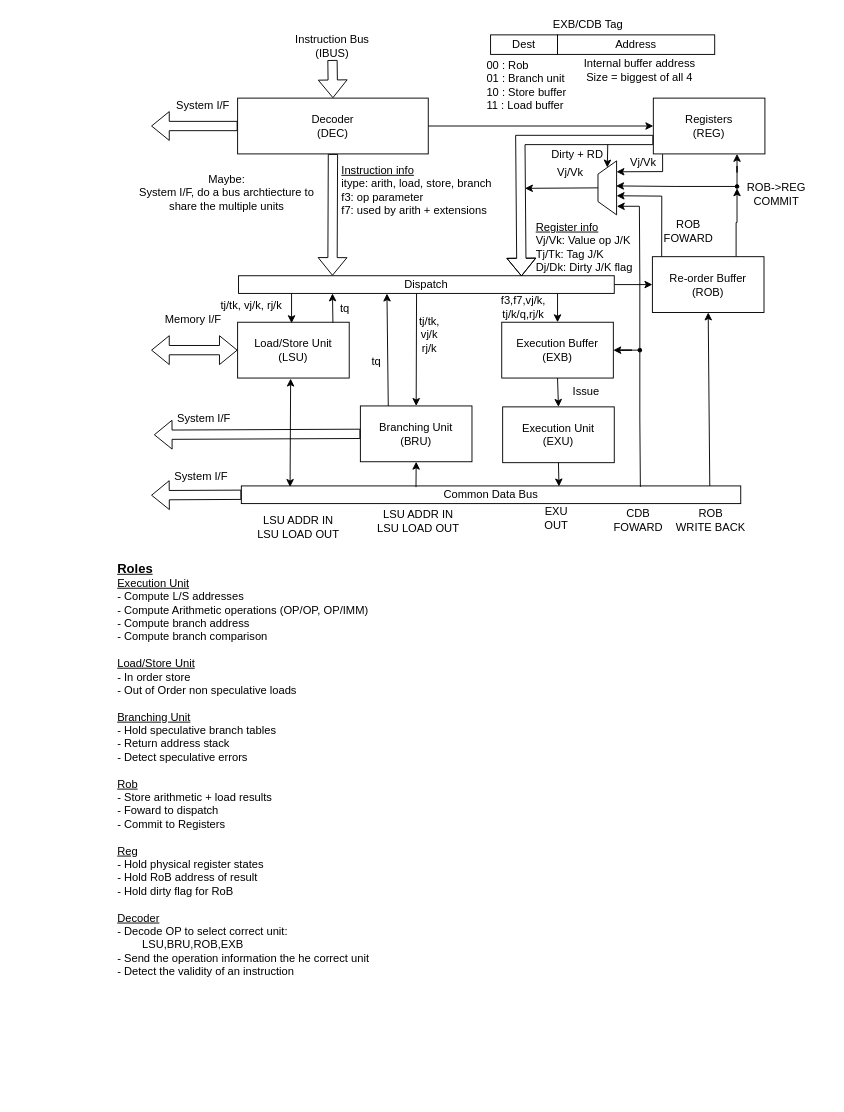
Above: hw/doc/rv_top.drawio in lolo2438/rv (draw.io), before the change. Source tidied: cells renumbered, new cells numbered last; positions are measured from the earlier drawing's top-left corner, leaving out a move shared by most shapes. Both pictures are drawn from the tidied source at 93%, with x=0, y=0 at pixel (115, 16).
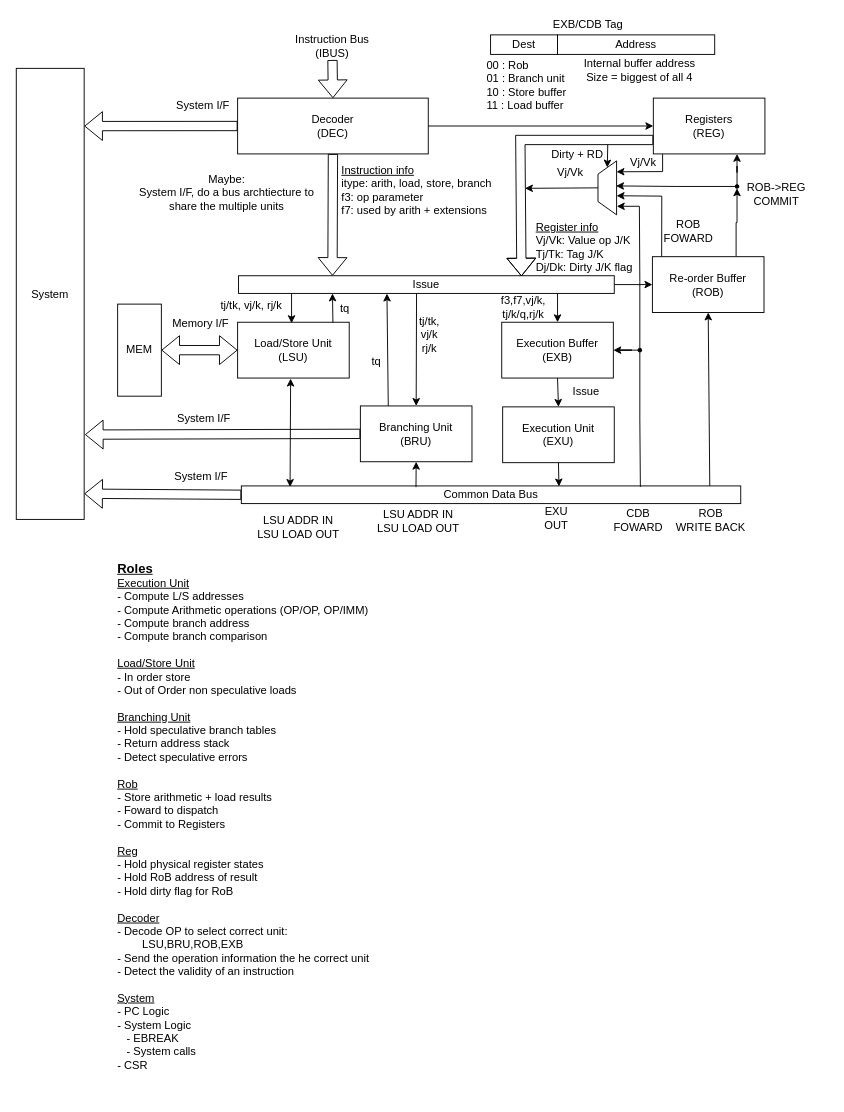
After the change.

Unchanged cells that the change refers to:
```xml
<mxCell id="2" value="Decoder&lt;div&gt;(DEC)&lt;/div&gt;" style="rounded=0;whiteSpace=wrap;html=1;" parent="1" vertex="1">
  <mxGeometry x="131" y="88" width="205" height="60" as="geometry" />
</mxCell>
<mxCell id="3" value="Load/Store Unit&lt;div&gt;(LSU)&lt;/div&gt;" style="rounded=0;whiteSpace=wrap;html=1;" parent="1" vertex="1">
  <mxGeometry x="131" y="329" width="120" height="60" as="geometry" />
</mxCell>
<mxCell id="6" value="Branching Unit&lt;div&gt;(BRU)&lt;/div&gt;" style="rounded=0;whiteSpace=wrap;html=1;" parent="1" vertex="1">
  <mxGeometry x="263" y="419" width="120" height="60" as="geometry" />
</mxCell>
<mxCell id="15" value="Common Data Bus" style="rounded=0;whiteSpace=wrap;html=1;" parent="1" vertex="1">
  <mxGeometry x="135" y="505" width="537" height="19" as="geometry" />
</mxCell>
```

Diff of the diagram source:
```diff
@@
-    <mxCell id="23" value="Dispatch" style="rounded=0;whiteSpace=wrap;html=1;" parent="1" vertex="1">
+    <mxCell id="23" value="Issue" style="rounded=0;whiteSpace=wrap;html=1;" parent="1" vertex="1">
       <mxGeometry x="132" y="279" width="404" height="19" as="geometry" />
     </mxCell>
@@
-    <mxCell id="43" style="shape=flexArrow;endArrow=classic;startArrow=classic;html=1;rounded=0;entryX=0;entryY=0.5;entryDx=0;entryDy=0;" parent="1" edge="1" target="3">
-      <mxGeometry relative="1" as="geometry">
-        <mxPoint x="38" y="359" as="sourcePoint" />
-      </mxGeometry>
+    <mxCell id="43" style="shape=flexArrow;endArrow=classic;startArrow=classic;html=1;rounded=0;entryX=0;entryY=0.5;entryDx=0;entryDy=0;exitX=1;exitY=0.5;exitDx=0;exitDy=0;" parent="1" edge="1" source="74" target="3">
+      <mxGeometry relative="1" as="geometry" />
     </mxCell>
     <mxCell id="44" value="Memory I/F" style="text;html=1;align=center;verticalAlign=middle;whiteSpace=wrap;rounded=0;" parent="1" vertex="1">
-      <mxGeometry x="49" y="311" width="69" height="30" as="geometry" />
+      <mxGeometry x="57" y="316" width="69" height="30" as="geometry" />
     </mxCell>
-    <mxCell id="45" style="shape=flexArrow;endArrow=classic;html=1;rounded=0;exitX=0;exitY=0.5;exitDx=0;exitDy=0;" parent="1" edge="1" source="6">
-      <mxGeometry relative="1" as="geometry">
-        <mxPoint x="41" y="450" as="targetPoint" />
-      </mxGeometry>
+    <mxCell id="45" style="shape=flexArrow;endArrow=classic;html=1;rounded=0;exitX=0;exitY=0.5;exitDx=0;exitDy=0;entryX=1.012;entryY=0.812;entryDx=0;entryDy=0;entryPerimeter=0;" parent="1" edge="1" source="6" target="73">
+      <mxGeometry relative="1" as="geometry" />
     </mxCell>
@@
-    <mxCell id="55" style="shape=flexArrow;endArrow=classic;html=1;rounded=0;exitX=0;exitY=0.5;exitDx=0;exitDy=0;" parent="1" edge="1" source="2">
-      <mxGeometry relative="1" as="geometry">
-        <mxPoint x="38" y="118" as="targetPoint" />
-      </mxGeometry>
+    <mxCell id="55" style="shape=flexArrow;endArrow=classic;html=1;rounded=0;exitX=0;exitY=0.5;exitDx=0;exitDy=0;entryX=1.002;entryY=0.128;entryDx=0;entryDy=0;entryPerimeter=0;" parent="1" edge="1" source="2" target="73">
+      <mxGeometry relative="1" as="geometry" />
     </mxCell>
@@
-    <mxCell id="57" value="&lt;div&gt;&lt;b&gt;&lt;font style=&quot;font-size: 14px;&quot;&gt;&lt;u&gt;Roles&lt;/u&gt;&lt;/font&gt;&lt;/b&gt;&lt;/div&gt;&lt;u&gt;Execution Unit&lt;/u&gt;&lt;div&gt;- Compute L/S addresses&lt;/div&gt;&lt;div&gt;- Compute Arithmetic operations (OP/OP, OP/IMM)&lt;/div&gt;&lt;div&gt;- Compute branch address&lt;/div&gt;&lt;div&gt;- Compute branch comparison&lt;/div&gt;&lt;div&gt;&lt;br&gt;&lt;/div&gt;&lt;div&gt;&lt;u&gt;Load/Store Unit&lt;/u&gt;&lt;/div&gt;&lt;div&gt;- In order store&lt;/div&gt;&lt;div&gt;- Out of Order non speculative loads&lt;/div&gt;&lt;div&gt;&lt;br&gt;&lt;/div&gt;&lt;div&gt;&lt;u&gt;Branching Unit&lt;/u&gt;&lt;/div&gt;&lt;div&gt;- Hold speculative branch tables&lt;/div&gt;&lt;div&gt;- Return address stack&lt;/div&gt;&lt;div&gt;- Detect speculative errors&lt;/div&gt;&lt;div&gt;&lt;br&gt;&lt;/div&gt;&lt;div&gt;&lt;u&gt;Rob&lt;/u&gt;&lt;/div&gt;&lt;div&gt;- Store arithmetic + load results&lt;/div&gt;&lt;div&gt;- Foward to dispatch&lt;/div&gt;&lt;div&gt;- Commit to Registers&lt;/div&gt;&lt;div&gt;&lt;br&gt;&lt;/div&gt;&lt;div&gt;&lt;u&gt;Reg&lt;/u&gt;&lt;/div&gt;&lt;div&gt;- Hold physical register states&lt;/div&gt;&lt;div&gt;- Hold RoB address of result&lt;/div&gt;&lt;div&gt;- Hold dirty flag for RoB&lt;/div&gt;&lt;div&gt;&lt;br&gt;&lt;/div&gt;&lt;div&gt;&lt;u&gt;Decoder&lt;/u&gt;&lt;/div&gt;&lt;div&gt;- Decode OP to select correct unit:&lt;/div&gt;&lt;div&gt;&lt;span style=&quot;white-space: pre;&quot;&gt;&#9;&lt;/span&gt;LSU,BRU,ROB,EXB&lt;/div&gt;&lt;div&gt;- Send the operation information the he correct unit&lt;/div&gt;&lt;div&gt;- Detect the validity of an instruction&lt;/div&gt;" style="text;html=1;align=left;verticalAlign=top;whiteSpace=wrap;rounded=0;" parent="1" vertex="1">
+    <mxCell id="57" value="&lt;div&gt;&lt;b&gt;&lt;font style=&quot;font-size: 14px;&quot;&gt;&lt;u&gt;Roles&lt;/u&gt;&lt;/font&gt;&lt;/b&gt;&lt;/div&gt;&lt;u&gt;Execution Unit&lt;/u&gt;&lt;div&gt;- Compute L/S addresses&lt;/div&gt;&lt;div&gt;- Compute Arithmetic operations (OP/OP, OP/IMM)&lt;/div&gt;&lt;div&gt;- Compute branch address&lt;/div&gt;&lt;div&gt;- Compute branch comparison&lt;/div&gt;&lt;div&gt;&lt;br&gt;&lt;/div&gt;&lt;div&gt;&lt;u&gt;Load/Store Unit&lt;/u&gt;&lt;/div&gt;&lt;div&gt;- In order store&lt;/div&gt;&lt;div&gt;- Out of Order non speculative loads&lt;/div&gt;&lt;div&gt;&lt;br&gt;&lt;/div&gt;&lt;div&gt;&lt;u&gt;Branching Unit&lt;/u&gt;&lt;/div&gt;&lt;div&gt;- Hold speculative branch tables&lt;/div&gt;&lt;div&gt;- Return address stack&lt;/div&gt;&lt;div&gt;- Detect speculative errors&lt;/div&gt;&lt;div&gt;&lt;br&gt;&lt;/div&gt;&lt;div&gt;&lt;u&gt;Rob&lt;/u&gt;&lt;/div&gt;&lt;div&gt;- Store arithmetic + load results&lt;/div&gt;&lt;div&gt;- Foward to dispatch&lt;/div&gt;&lt;div&gt;- Commit to Registers&lt;/div&gt;&lt;div&gt;&lt;br&gt;&lt;/div&gt;&lt;div&gt;&lt;u&gt;Reg&lt;/u&gt;&lt;/div&gt;&lt;div&gt;- Hold physical register states&lt;/div&gt;&lt;div&gt;- Hold RoB address of result&lt;/div&gt;&lt;div&gt;- Hold dirty flag for RoB&lt;/div&gt;&lt;div&gt;&lt;br&gt;&lt;/div&gt;&lt;div&gt;&lt;u&gt;Decoder&lt;/u&gt;&lt;/div&gt;&lt;div&gt;- Decode OP to select correct unit:&lt;/div&gt;&lt;div&gt;&lt;span style=&quot;white-space: pre;&quot;&gt;&#9;&lt;/span&gt;LSU,BRU,ROB,EXB&lt;/div&gt;&lt;div&gt;- Send the operation information the he correct unit&lt;/div&gt;&lt;div&gt;- Detect the validity of an instruction&lt;/div&gt;&lt;div&gt;&lt;br&gt;&lt;/div&gt;&lt;div&gt;&lt;u&gt;System&lt;/u&gt;&lt;/div&gt;&lt;div&gt;- PC Logic&lt;/div&gt;&lt;div&gt;- System Logic&lt;/div&gt;&lt;div&gt;&amp;nbsp; &amp;nbsp;- EBREAK&lt;/div&gt;&lt;div&gt;&amp;nbsp; &amp;nbsp;- System calls&lt;/div&gt;&lt;div&gt;- CSR&lt;/div&gt;" style="text;html=1;align=left;verticalAlign=top;whiteSpace=wrap;rounded=0;" parent="1" vertex="1">
       <mxGeometry y="579" width="765" height="583" as="geometry" />
     </mxCell>
-    <mxCell id="58" style="shape=flexArrow;endArrow=classic;html=1;rounded=0;exitX=0;exitY=0.5;exitDx=0;exitDy=0;" parent="1" edge="1" source="15">
-      <mxGeometry relative="1" as="geometry">
-        <mxPoint x="38" y="515" as="targetPoint" />
-      </mxGeometry>
+    <mxCell id="58" style="shape=flexArrow;endArrow=classic;html=1;rounded=0;exitX=0;exitY=0.5;exitDx=0;exitDy=0;entryX=1.002;entryY=0.943;entryDx=0;entryDy=0;entryPerimeter=0;" parent="1" edge="1" source="15" target="73">
+      <mxGeometry relative="1" as="geometry" />
     </mxCell>
@@
+    <mxCell id="73" value="System" style="rounded=0;whiteSpace=wrap;html=1;" parent="1" vertex="1">
+      <mxGeometry x="-107" y="56" width="73" height="485" as="geometry" />
+    </mxCell>
+    <mxCell id="74" value="MEM" style="rounded=0;whiteSpace=wrap;html=1;" parent="1" vertex="1">
+      <mxGeometry x="2" y="309.5" width="47" height="99" as="geometry" />
+    </mxCell>
```
